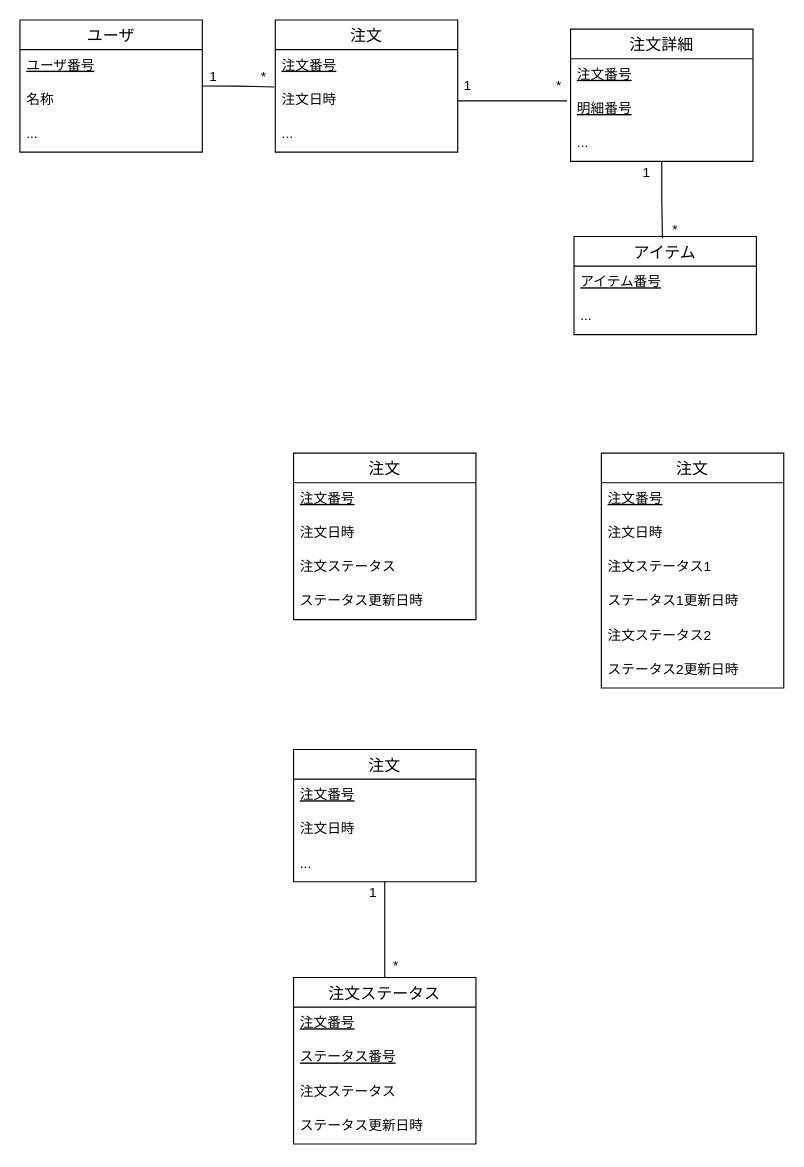
Before: page "Question1" (2 of 2) of example/dbdesign1.drawio in takayasu/design, a draw.io diagram. Source tidied: cells renumbered, new cells numbered last; positions are measured from the earlier drawing's top-left corner, leaving out a move shared by most shapes. Both pictures are drawn from the tidied source at 114%, with x=0, y=0 at pixel (19, 19).
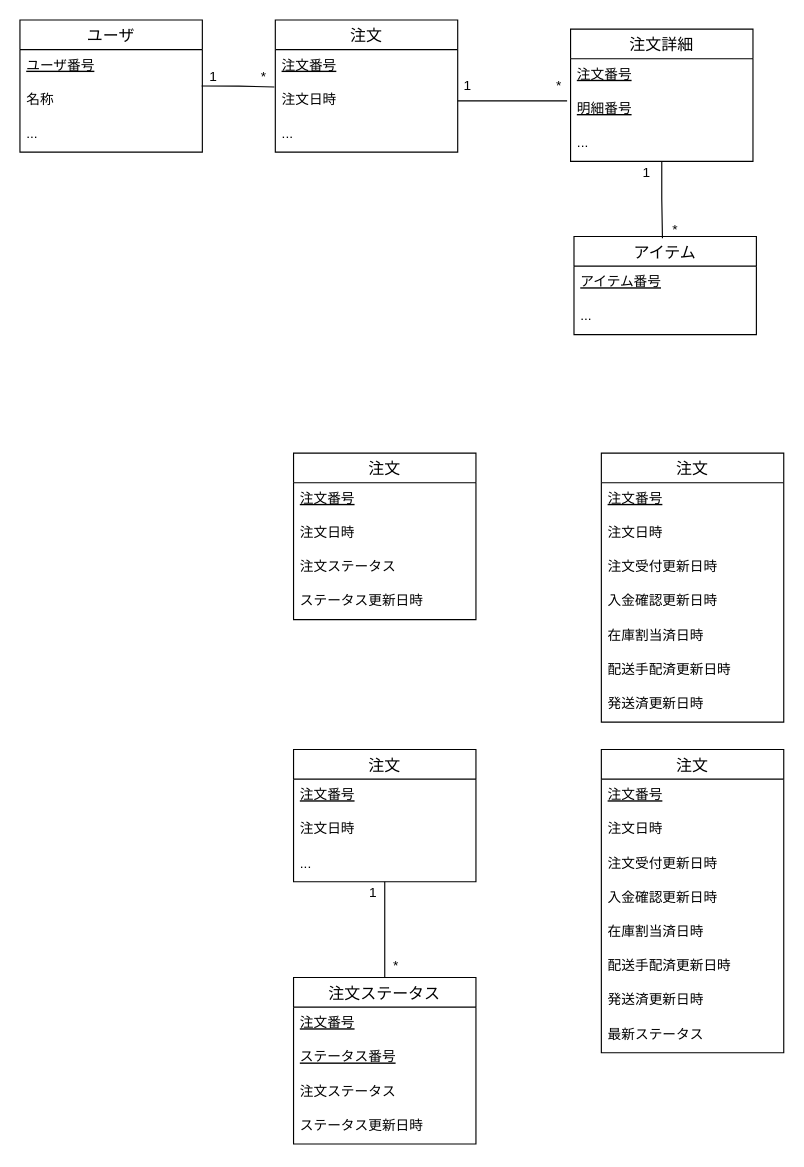
After the change.

Commit message:
回答作成済

The edit, as a diff of the source:
```diff
@@
     <mxCell id="43" value="注文" style="swimlane;fontStyle=0;horizontal=1;startSize=26;align=center;fontSize=14;" parent="1" vertex="1">
-      <mxGeometry x="510" y="380" width="160" height="206" as="geometry" />
+      <mxGeometry x="510" y="380" width="160" height="236" as="geometry" />
     </mxCell>
@@
-    <mxCell id="46" value="注文ステータス1" style="text;strokeColor=none;fillColor=none;spacingLeft=4;spacingRight=4;overflow=hidden;fontSize=12;" parent="43" vertex="1">
+    <mxCell id="46" value="注文受付更新日時" style="text;strokeColor=none;fillColor=none;spacingLeft=4;spacingRight=4;overflow=hidden;fontSize=12;" parent="43" vertex="1">
       <mxGeometry y="86" width="160" height="30" as="geometry" />
     </mxCell>
-    <mxCell id="47" value="ステータス1更新日時" style="text;strokeColor=none;fillColor=none;spacingLeft=4;spacingRight=4;overflow=hidden;fontSize=12;" parent="43" vertex="1">
+    <mxCell id="47" value="入金確認更新日時" style="text;strokeColor=none;fillColor=none;spacingLeft=4;spacingRight=4;overflow=hidden;fontSize=12;" parent="43" vertex="1">
       <mxGeometry y="116" width="160" height="30" as="geometry" />
     </mxCell>
-    <mxCell id="48" value="注文ステータス2" style="text;strokeColor=none;fillColor=none;spacingLeft=4;spacingRight=4;overflow=hidden;fontSize=12;" parent="43" vertex="1">
+    <mxCell id="48" value="在庫割当済日時" style="text;strokeColor=none;fillColor=none;spacingLeft=4;spacingRight=4;overflow=hidden;fontSize=12;" parent="43" vertex="1">
       <mxGeometry y="146" width="160" height="30" as="geometry" />
     </mxCell>
-    <mxCell id="49" value="ステータス2更新日時" style="text;strokeColor=none;fillColor=none;spacingLeft=4;spacingRight=4;overflow=hidden;fontSize=12;" parent="43" vertex="1">
+    <mxCell id="49" value="配送手配済更新日時" style="text;strokeColor=none;fillColor=none;spacingLeft=4;spacingRight=4;overflow=hidden;fontSize=12;" parent="43" vertex="1">
       <mxGeometry y="176" width="160" height="30" as="geometry" />
     </mxCell>
+    <mxCell id="50" value="発送済更新日時" style="text;strokeColor=none;fillColor=none;spacingLeft=4;spacingRight=4;overflow=hidden;fontSize=12;" parent="43" vertex="1">
+      <mxGeometry y="206" width="160" height="30" as="geometry" />
+    </mxCell>
+    <mxCell id="51" value="注文" style="swimlane;fontStyle=0;horizontal=1;startSize=26;align=center;fontSize=14;" parent="1" vertex="1">
+      <mxGeometry x="510" y="640" width="160" height="266" as="geometry" />
+    </mxCell>
+    <mxCell id="52" value="注文番号" style="text;strokeColor=none;fillColor=none;spacingLeft=4;spacingRight=4;overflow=hidden;fontSize=12;fontStyle=4;" parent="51" vertex="1">
+      <mxGeometry y="26" width="160" height="30" as="geometry" />
+    </mxCell>
+    <mxCell id="53" value="注文日時" style="text;strokeColor=none;fillColor=none;spacingLeft=4;spacingRight=4;overflow=hidden;fontSize=12;" parent="51" vertex="1">
+      <mxGeometry y="56" width="160" height="30" as="geometry" />
+    </mxCell>
+    <mxCell id="54" value="注文受付更新日時" style="text;strokeColor=none;fillColor=none;spacingLeft=4;spacingRight=4;overflow=hidden;fontSize=12;" parent="51" vertex="1">
+      <mxGeometry y="86" width="160" height="30" as="geometry" />
+    </mxCell>
+    <mxCell id="55" value="入金確認更新日時" style="text;strokeColor=none;fillColor=none;spacingLeft=4;spacingRight=4;overflow=hidden;fontSize=12;" parent="51" vertex="1">
+      <mxGeometry y="116" width="160" height="30" as="geometry" />
+    </mxCell>
+    <mxCell id="56" value="在庫割当済日時" style="text;strokeColor=none;fillColor=none;spacingLeft=4;spacingRight=4;overflow=hidden;fontSize=12;" parent="51" vertex="1">
+      <mxGeometry y="146" width="160" height="30" as="geometry" />
+    </mxCell>
+    <mxCell id="57" value="配送手配済更新日時" style="text;strokeColor=none;fillColor=none;spacingLeft=4;spacingRight=4;overflow=hidden;fontSize=12;" parent="51" vertex="1">
+      <mxGeometry y="176" width="160" height="30" as="geometry" />
+    </mxCell>
+    <mxCell id="58" value="発送済更新日時" style="text;strokeColor=none;fillColor=none;spacingLeft=4;spacingRight=4;overflow=hidden;fontSize=12;" parent="51" vertex="1">
+      <mxGeometry y="206" width="160" height="30" as="geometry" />
+    </mxCell>
+    <mxCell id="59" value="最新ステータス" style="text;strokeColor=none;fillColor=none;spacingLeft=4;spacingRight=4;overflow=hidden;fontSize=12;" parent="51" vertex="1">
+      <mxGeometry y="236" width="160" height="30" as="geometry" />
+    </mxCell>
```
